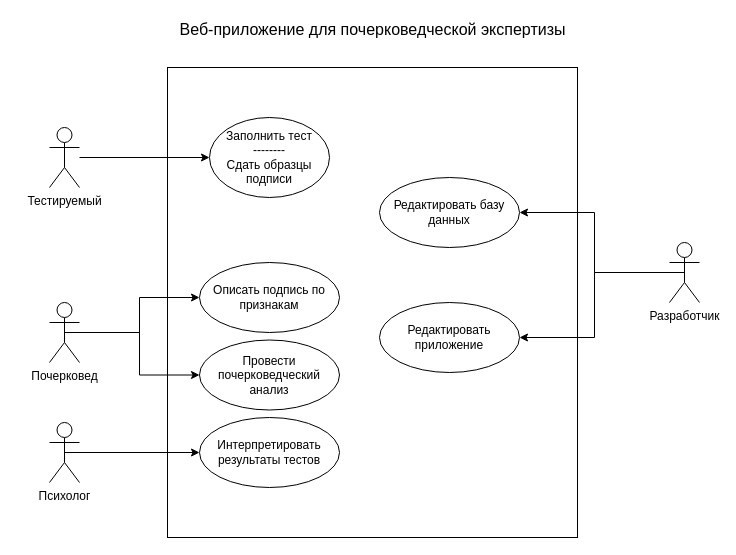
The draw.io diagram Nata UseCase diagram.drawio in Onvember/stuff, before the edit. Source tidied: cells renumbered, new cells numbered last; positions are measured from the earlier drawing's top-left corner, leaving out a move shared by most shapes. Both pictures are drawn from the tidied source at 100%, with x=0, y=0 at pixel (49, 17).
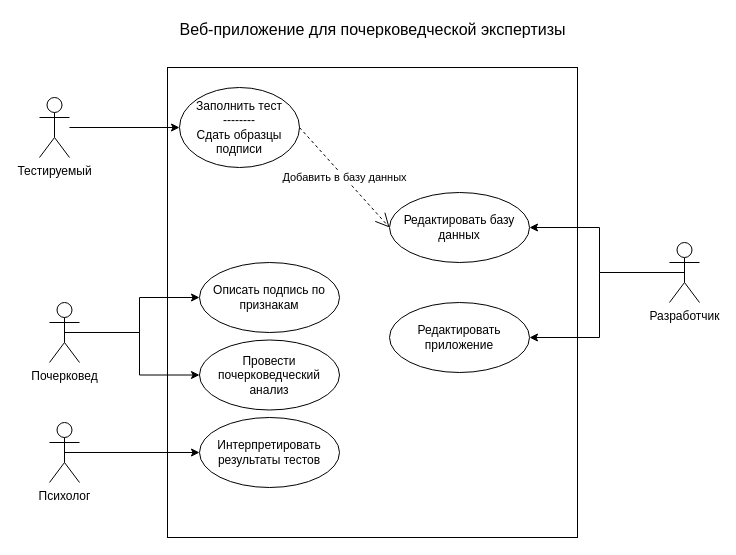
The same page after the edit.

The edit, as a diff of the source:
```diff
@@
     <mxCell id="3" value="Тестируемый" style="shape=umlActor;verticalLabelPosition=bottom;labelBackgroundColor=#ffffff;verticalAlign=top;html=1;" parent="1" vertex="1">
-      <mxGeometry y="110" width="30" height="60" as="geometry" />
+      <mxGeometry x="-10" y="80" width="30" height="60" as="geometry" />
     </mxCell>
@@
     <mxCell id="10" value="Заполнить тест&lt;br&gt;--------&lt;br&gt;Сдать образцы подписи" style="ellipse;whiteSpace=wrap;html=1;fillColor=none;" parent="1" vertex="1">
-      <mxGeometry x="160" y="100" width="120" height="80" as="geometry" />
+      <mxGeometry x="130" y="70" width="120" height="80" as="geometry" />
     </mxCell>
@@
     <mxCell id="17" value="Редактировать базу данных" style="ellipse;whiteSpace=wrap;html=1;fillColor=none;" parent="1" vertex="1">
-      <mxGeometry x="330" y="160" width="140" height="70" as="geometry" />
+      <mxGeometry x="340" y="175" width="140" height="70" as="geometry" />
     </mxCell>
     <mxCell id="18" value="Редактировать приложение" style="ellipse;whiteSpace=wrap;html=1;fillColor=none;" parent="1" vertex="1">
-      <mxGeometry x="330" y="285" width="140" height="70" as="geometry" />
+      <mxGeometry x="340" y="285" width="140" height="70" as="geometry" />
     </mxCell>
@@
+    <mxCell id="20" value="Добавить в базу данных" style="endArrow=open;endSize=12;dashed=1;html=1;exitX=1;exitY=0.5;exitDx=0;exitDy=0;entryX=0;entryY=0.5;entryDx=0;entryDy=0;" parent="1" edge="1" source="10" target="17">
+      <mxGeometry relative="1" as="geometry" />
+    </mxCell>
```
